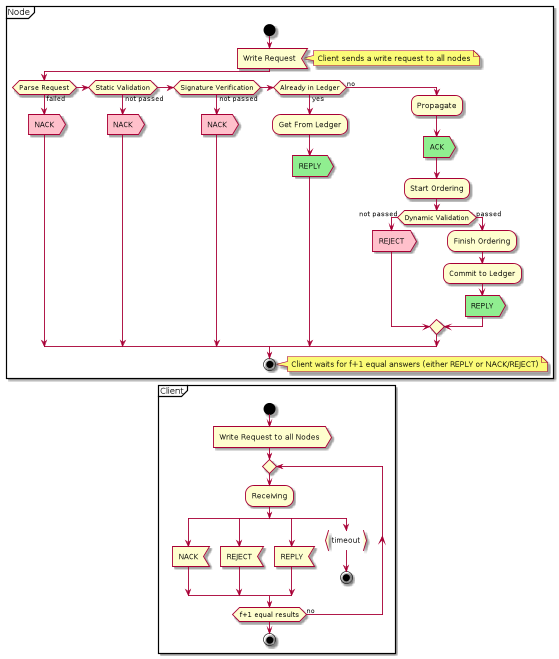
Above: docs/source/diagrams/write-requests.png in hyperledger/indy-plenum (PlantUML), before the change. Source of this version:
```plantuml
@startuml
partition Node {
    start

    :Write Request<
    note right
        Client sends a write request to all nodes
    end note

    if (Parse Request) then (failed)
        #pink:NACK>
    elseif (Static Validation) then (not passed)
        #pink:NACK>
    elseif (Signature Verification) then (not passed)
        #pink:NACK>
    elseif (Already in Ledger) then (yes)
        :Get From Ledger;
        #lightgreen:REPLY>
    else (no)
        :Propagate;
        #lightgreen:ACK>
        :Start Ordering;
        if (Dynamic Validation) then (not passed)
            #pink:REJECT>
        else (passed)
            :Finish Ordering;
            :Commit to Ledger;
            #lightgreen:REPLY>
        endif
    endif

    stop
    note right
        Client waits for f+1 equal answers (either REPLY or NACK/REJECT)
    end note
}

partition Client {
    start

    :Write Request to all Nodes>
    repeat
        :Receiving;
        split
         :NACK<
        split again
         :REJECT<
        split again
         :REPLY<
        split again
         :timeout}
         stop
        end split
    repeat while (f+1 equal results) is (no)
    stop
}

@enduml
```
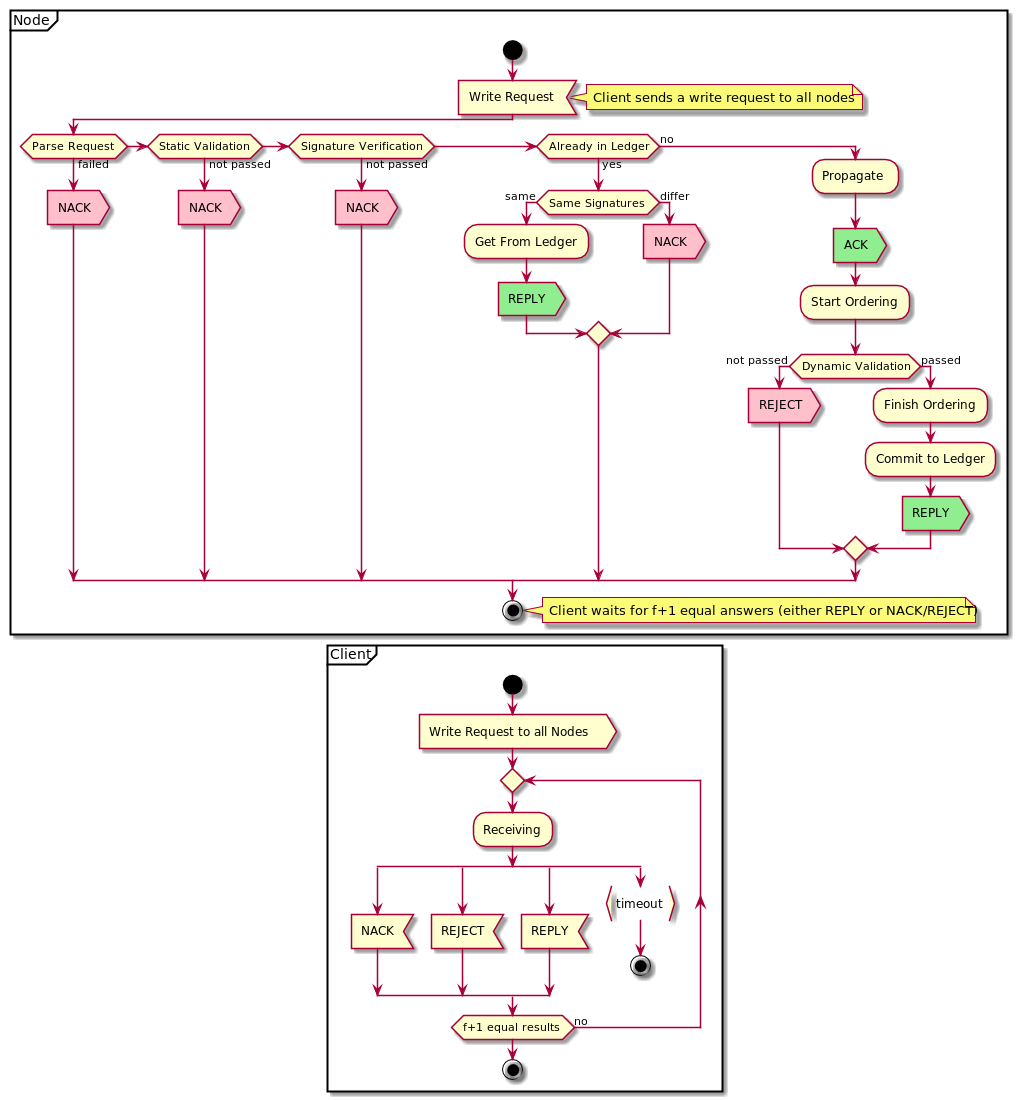
The same diagram one commit later.

Change to the diagram source:
```diff
@@ -14,8 +14,12 @@
     elseif (Signature Verification) then (not passed)
         #pink:NACK>
     elseif (Already in Ledger) then (yes)
-        :Get From Ledger;
-        #lightgreen:REPLY>
+        if (Same Signatures) then (same)
+            :Get From Ledger;
+            #lightgreen:REPLY>
+        else (differ)
+            #pink:NACK>
+        endif
     else (no)
         :Propagate;
         #lightgreen:ACK>
```
